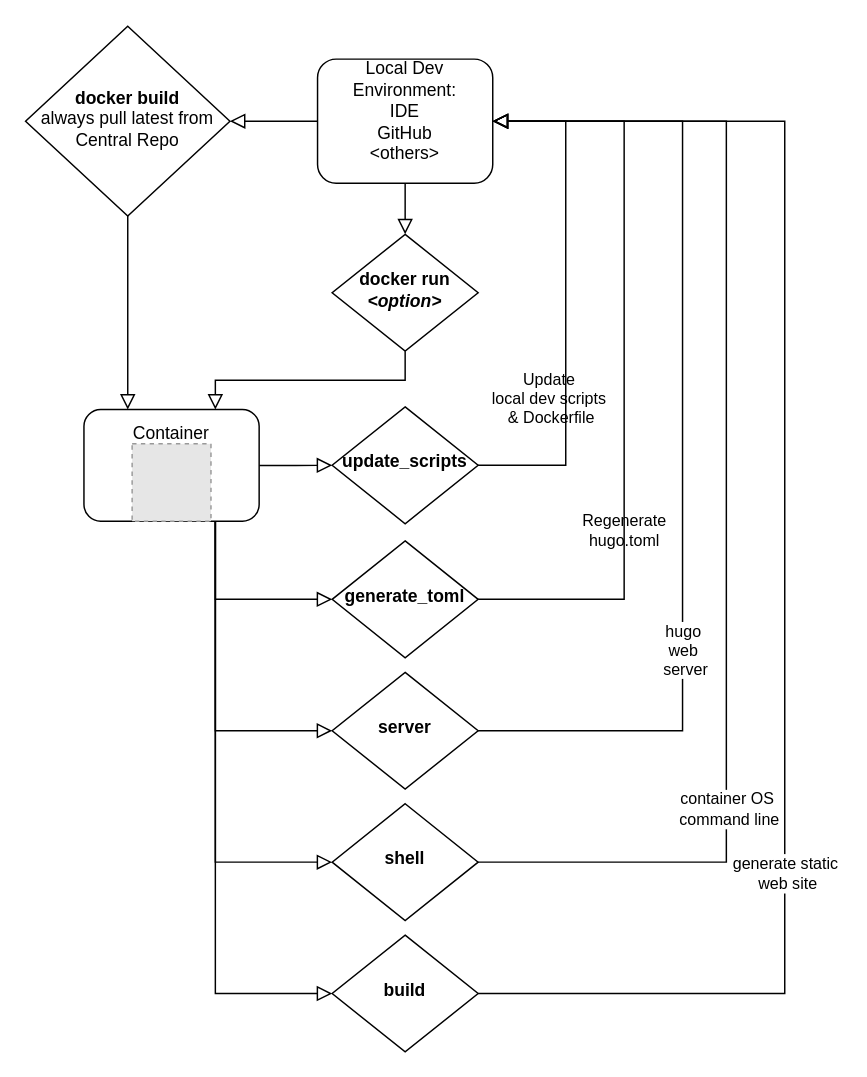
FortinetCloudCSE/UserRepo keeps this draw.io diagram as content/01GettingStarted/ContainerFlow.drawio. Above is the earlier version. Source tidied: cells renumbered, new cells numbered last; positions are measured from the earlier drawing's top-left corner, leaving out a move shared by most shapes. Both pictures are drawn from the tidied source at 146%, with x=0, y=0 at pixel (25, 26). Pictures stored in the file or linked from it are replaced by grey dashed boxes.
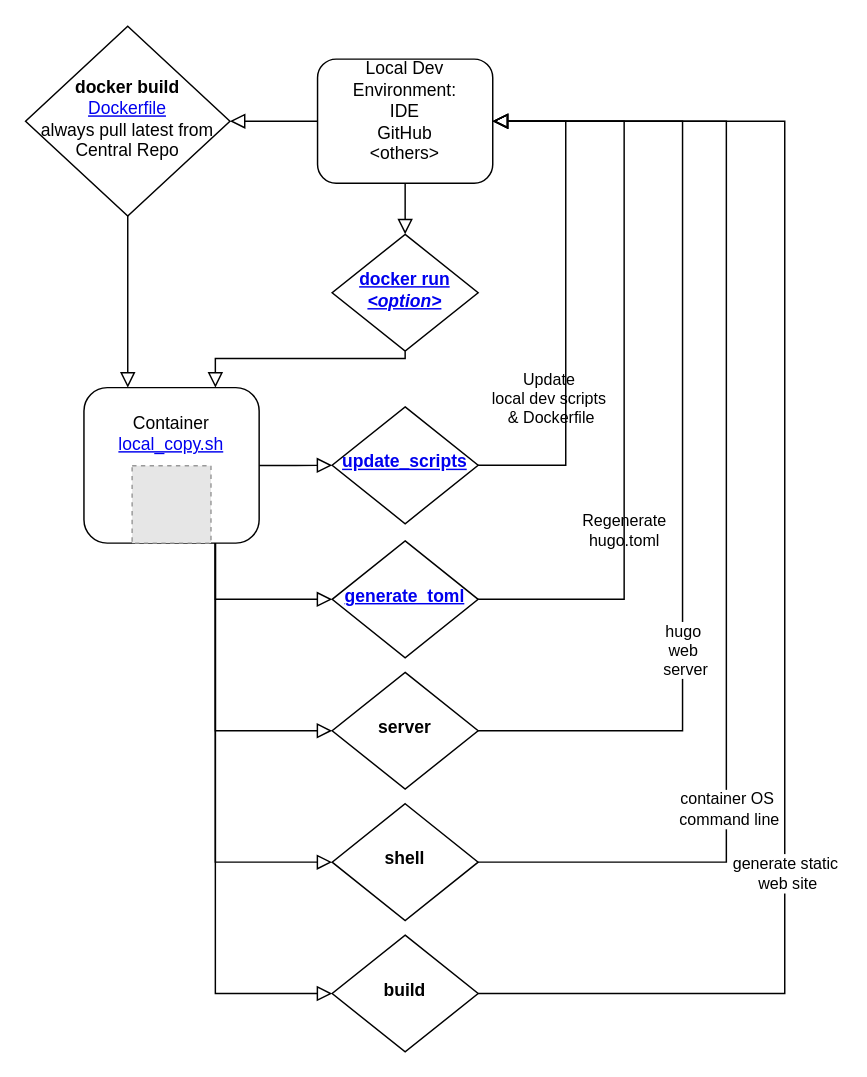
The same diagram, later.

Commit message (it also covers changes not shown here):
add Container flow visual

The edit, as a diff of the source:
```diff
@@
-    <mxCell id="4" value="&lt;b&gt;update_scripts&lt;/b&gt;" style="rhombus;whiteSpace=wrap;html=1;shadow=0;fontFamily=Helvetica;fontSize=12;align=center;strokeWidth=1;spacing=6;spacingTop=-4;" parent="1" vertex="1">
+    <mxCell id="4" value="&lt;b&gt;&lt;a href=&quot;https://github.com/FortinetCloudCSE/CentralRepo/blob/main/scripts/update_scripts.sh&quot;&gt;update_scripts&lt;/a&gt;&lt;/b&gt;" style="rhombus;whiteSpace=wrap;html=1;shadow=0;fontFamily=Helvetica;fontSize=12;align=center;strokeWidth=1;spacing=6;spacingTop=-4;" parent="1" vertex="1">
       <mxGeometry x="210" y="260.2" width="100" height="80" as="geometry" />
     </mxCell>
@@
-    <mxCell id="6" value="&lt;b&gt;generate_toml&lt;/b&gt;" style="rhombus;whiteSpace=wrap;html=1;shadow=0;fontFamily=Helvetica;fontSize=12;align=center;strokeWidth=1;spacing=6;spacingTop=-4;" parent="1" vertex="1">
+    <mxCell id="6" value="&lt;b&gt;&lt;a href=&quot;https://github.com/FortinetCloudCSE/CentralRepo/blob/main/scripts/generate_toml.py&quot;&gt;generate_toml&lt;/a&gt;&lt;/b&gt;" style="rhombus;whiteSpace=wrap;html=1;shadow=0;fontFamily=Helvetica;fontSize=12;align=center;strokeWidth=1;spacing=6;spacingTop=-4;" parent="1" vertex="1">
       <mxGeometry x="210" y="352" width="100" height="80" as="geometry" />
     </mxCell>
@@
-    <mxCell id="9" value="&lt;b&gt;docker build&lt;/b&gt;&lt;div&gt;always pull latest from Central Repo&lt;/div&gt;" style="rhombus;whiteSpace=wrap;html=1;shadow=0;fontFamily=Helvetica;fontSize=12;align=center;strokeWidth=1;spacing=6;spacingTop=-4;" parent="1" vertex="1">
+    <mxCell id="9" value="&lt;b&gt;docker build&lt;br&gt;&lt;/b&gt;&lt;div&gt;&lt;span style=&quot;background-color: initial;&quot;&gt;&lt;a href=&quot;https://github.com/FortinetCloudCSE/CentralRepo/blob/main/Dockerfile&quot;&gt;Dockerfile&lt;/a&gt;&lt;/span&gt;&lt;/div&gt;&lt;div&gt;always pull latest from Central Repo&lt;/div&gt;" style="rhombus;whiteSpace=wrap;html=1;shadow=0;fontFamily=Helvetica;fontSize=12;align=center;strokeWidth=1;spacing=6;spacingTop=-4;" parent="1" vertex="1">
       <mxGeometry y="-0.5" width="140" height="130" as="geometry" />
     </mxCell>
@@
-    <mxCell id="11" value="&lt;b&gt;docker run &lt;i&gt;&amp;lt;option&amp;gt;&lt;/i&gt;&lt;/b&gt;" style="rhombus;whiteSpace=wrap;html=1;shadow=0;fontFamily=Helvetica;fontSize=12;align=center;strokeWidth=1;spacing=6;spacingTop=-4;" parent="1" vertex="1">
+    <mxCell id="11" value="&lt;b&gt;&lt;a href=&quot;https://github.com/FortinetCloudCSE/CentralRepo/blob/main/scripts/docker_run.sh&quot;&gt;docker run &lt;i&gt;&amp;lt;option&amp;gt;&lt;/i&gt;&lt;/a&gt;&lt;/b&gt;" style="rhombus;whiteSpace=wrap;html=1;shadow=0;fontFamily=Helvetica;fontSize=12;align=center;strokeWidth=1;spacing=6;spacingTop=-4;" parent="1" vertex="1">
       <mxGeometry x="210" y="142" width="100" height="80" as="geometry" />
     </mxCell>
@@
     <mxCell id="13" style="rounded=0;html=1;jettySize=auto;fontSize=11;endArrow=block;endFill=0;endSize=8;strokeWidth=1;shadow=0;labelBackgroundColor=none;edgeStyle=orthogonalEdgeStyle;exitX=0.5;exitY=1;exitDx=0;exitDy=0;entryX=0.75;entryY=0;entryDx=0;entryDy=0;" parent="1" edge="1" source="11" target="16">
-      <mxGeometry relative="1" as="geometry" />
+      <mxGeometry relative="1" as="geometry">
+        <Array as="points">
+          <mxPoint x="260" y="227" />
+          <mxPoint x="130" y="227" />
+        </Array>
+      </mxGeometry>
     </mxCell>
@@
-    <mxCell id="15" style="group;" parent="1" vertex="1">
-      <mxGeometry x="40" y="262" width="120" height="76.5" as="geometry" />
-    </mxCell>
-    <mxCell id="16" value="Container&lt;div&gt;&lt;br&gt;&lt;/div&gt;&lt;div&gt;&lt;br&gt;&lt;/div&gt;&lt;div&gt;&lt;br&gt;&lt;/div&gt;" style="rounded=1;whiteSpace=wrap;html=1;fontSize=12;glass=0;strokeWidth=1;shadow=0;" parent="15" vertex="1">
-      <mxGeometry width="120" height="76.5" as="geometry" />
-    </mxCell>
-    <mxCell id="17" style="fillColor=#E6E6E6;strokeColor=#999999;dashed=1;verticalLabelPosition=bottom;labelBackgroundColor=default;verticalAlign=top;" parent="15" vertex="1">
-      <mxGeometry x="33" y="23.5" width="54" height="53" as="geometry" />
-    </mxCell>
@@
+    <mxCell id="30" style="group;" parent="1" vertex="1">
+      <mxGeometry x="40" y="247" width="120" height="106.5" as="geometry" />
+    </mxCell>
+    <mxCell id="16" value="Container&lt;div&gt;&lt;a href=&quot;https://github.com/FortinetCloudCSE/CentralRepo/blob/main/scripts/local_copy.sh&quot;&gt;local_copy.sh&lt;/a&gt;&lt;/div&gt;&lt;div&gt;&lt;br&gt;&lt;/div&gt;&lt;div&gt;&lt;br&gt;&lt;/div&gt;&lt;div&gt;&lt;br&gt;&lt;/div&gt;" style="rounded=1;whiteSpace=wrap;html=1;fontSize=12;glass=0;strokeWidth=1;shadow=0;" parent="30" vertex="1">
+      <mxGeometry width="120" height="106.5" as="geometry" />
+    </mxCell>
+    <mxCell id="17" style="fillColor=#E6E6E6;strokeColor=#999999;dashed=1;verticalLabelPosition=bottom;labelBackgroundColor=default;verticalAlign=top;" parent="30" vertex="1">
+      <mxGeometry x="33" y="53.5" width="54" height="53" as="geometry" />
+    </mxCell>
```
